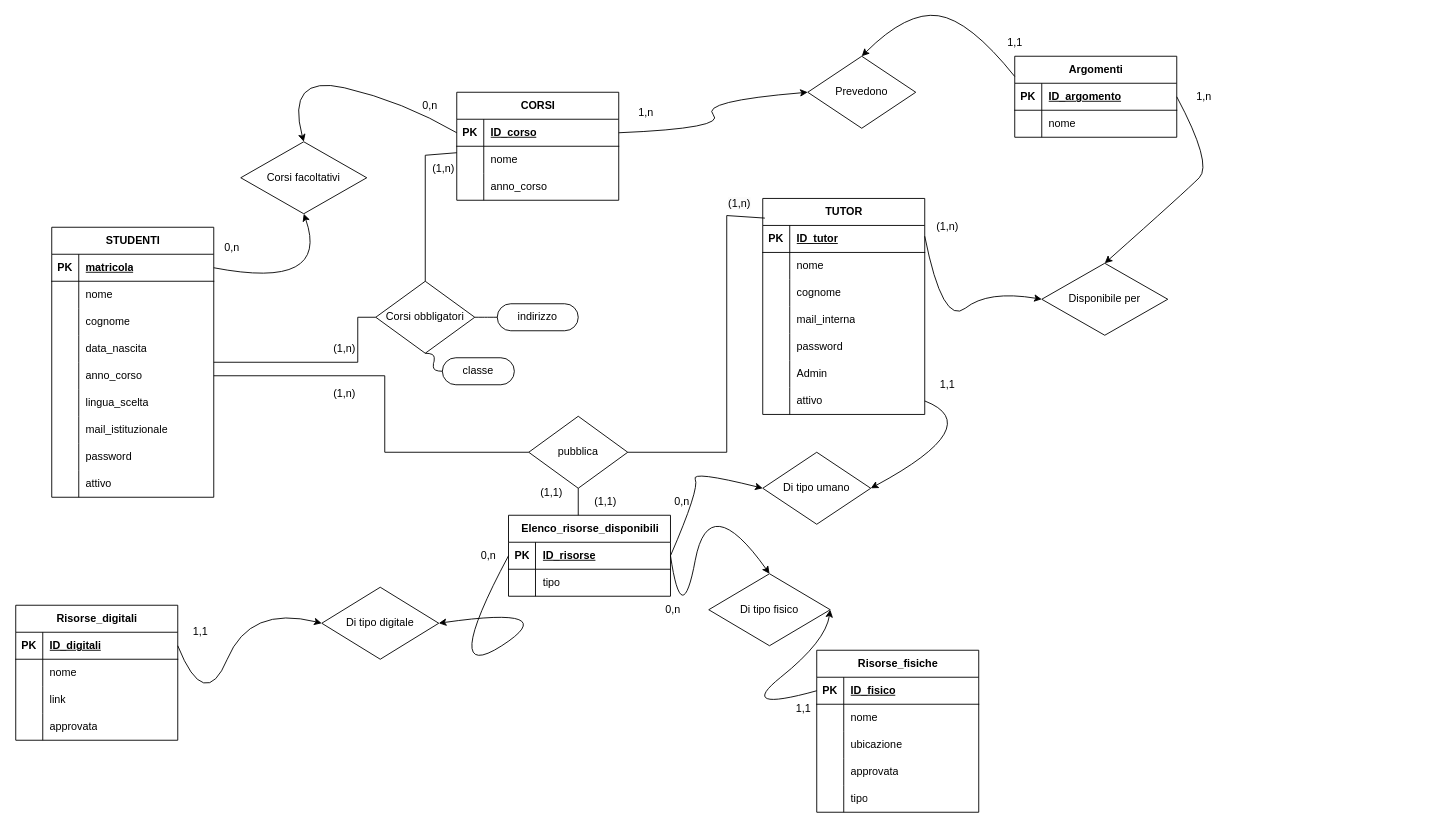
SuperMauro1966/Gestione_risorse_didattiche keeps this draw.io diagram as page "Logico" (1 of 2) of db/Diagramma_database.drawio. Above is the earlier version. Source tidied: cells renumbered, new cells numbered last; positions are measured from the earlier drawing's top-left corner, leaving out a move shared by most shapes. Both pictures are drawn from the tidied source at 90%, with x=0, y=0 at pixel (15, 11).
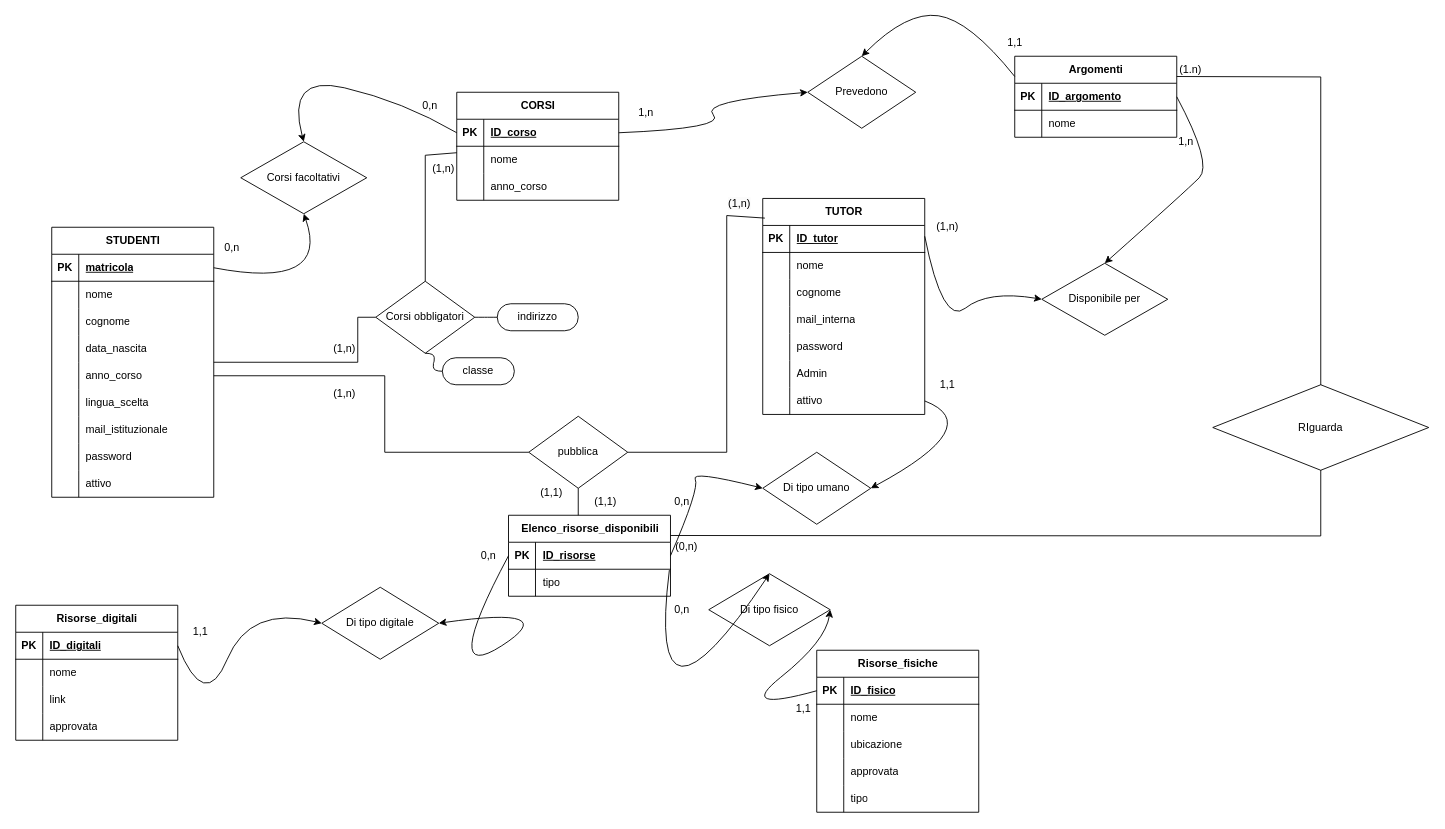
After the change.

Unchanged cells that the change refers to:
```xml
<mxCell id="62" value="Elenco_risorse_disponibili" style="shape=table;startSize=30;childLayout=tableLayout;rowLines=0;fontStyle=1;align=center;html=1;" parent="1" vertex="1">
  <mxGeometry x="547.5" y="560" width="180" height="90" as="geometry" />
</mxCell>
<mxCell id="63" style="shape=tableRow;horizontal=0;startSize=0;swimlaneHead=0;swimlaneBody=0;fillColor=none;points=[[0,0.5],[1,0.5]];portConstraint=eastwest;top=0;left=0;right=0;bottom=1;" parent="62" vertex="1">
  <mxGeometry y="30" width="180" height="30" as="geometry" />
</mxCell>
<mxCell id="66" style="shape=tableRow;horizontal=0;startSize=0;swimlaneHead=0;swimlaneBody=0;fillColor=none;points=[[0,0.5],[1,0.5]];portConstraint=eastwest;top=0;left=0;right=0;bottom=0;" parent="62" vertex="1">
  <mxGeometry y="60" width="180" height="30" as="geometry" />
</mxCell>
<mxCell id="111" value="Di tipo fisico" style="rhombus;whiteSpace=wrap;html=1;" parent="1" vertex="1">
  <mxGeometry x="770" y="625" width="135" height="80" as="geometry" />
</mxCell>
<mxCell id="129" value="Argomenti" style="shape=table;startSize=30;childLayout=tableLayout;rowLines=0;fontStyle=1;align=center;html=1;" parent="1" vertex="1">
  <mxGeometry x="1110" y="50" width="180" height="90" as="geometry" />
</mxCell>
```

What changed in the source:
```diff
@@
-    <mxCell id="125" style="curved=1;endArrow=classic;html=1;rounded=0;exitX=1;exitY=0.5;exitDx=0;exitDy=0;entryX=0.5;entryY=0;entryDx=0;entryDy=0;" parent="1" edge="1" source="63" target="111">
+    <mxCell id="125" style="curved=1;endArrow=classic;html=1;rounded=0;exitX=0.993;exitY=0.031;exitDx=0;exitDy=0;entryX=0.5;entryY=0;entryDx=0;entryDy=0;exitPerimeter=0;" parent="1" edge="1" source="66" target="111">
       <mxGeometry relative="1" as="geometry">
         <Array as="points">
-          <mxPoint x="740" y="690" />
-          <mxPoint x="770" y="530" />
+          <mxPoint x="700" y="830" />
         </Array>
       </mxGeometry>
     </mxCell>
@@
     <mxCell id="140" value="1,n" style="text;html=1;align=center;verticalAlign=middle;strokeColor=none;fillColor=none;" parent="1" vertex="1">
-      <mxGeometry x="1300" y="80" width="40" height="30" as="geometry" />
+      <mxGeometry x="1280" y="130" width="40" height="30" as="geometry" />
     </mxCell>
@@
     <mxCell id="149" value="0,n" style="text;html=1;align=center;verticalAlign=middle;strokeColor=none;fillColor=none;" parent="1" vertex="1">
-      <mxGeometry x="710" y="650" width="40" height="30" as="geometry" />
+      <mxGeometry x="720" y="650" width="40" height="30" as="geometry" />
     </mxCell>
@@
+    <mxCell id="152" style="endArrow=none;html=1;rounded=0;entryX=1;entryY=0.25;entryDx=0;entryDy=0;exitX=1;exitY=0.25;exitDx=0;exitDy=0;" parent="1" edge="1" source="62" target="129">
+      <mxGeometry relative="1" as="geometry">
+        <Array as="points">
+          <mxPoint x="1450" y="583" />
+          <mxPoint x="1450" y="73" />
+        </Array>
+      </mxGeometry>
+    </mxCell>
+    <mxCell id="153" value="RIguarda" style="shape=rhombus;perimeter=rhombusPerimeter;whiteSpace=wrap;html=1;align=center;" parent="1" vertex="1">
+      <mxGeometry x="1330" y="415" width="240" height="95" as="geometry" />
+    </mxCell>
+    <mxCell id="154" value="(0,n)" style="text;html=1;align=center;verticalAlign=middle;strokeColor=none;fillColor=none;" parent="1" vertex="1">
+      <mxGeometry x="720" y="580" width="50" height="30" as="geometry" />
+    </mxCell>
+    <mxCell id="155" value="(1.n)" style="text;html=1;align=center;verticalAlign=middle;strokeColor=none;fillColor=none;" parent="1" vertex="1">
+      <mxGeometry x="1280" y="50" width="50" height="30" as="geometry" />
+    </mxCell>
```
